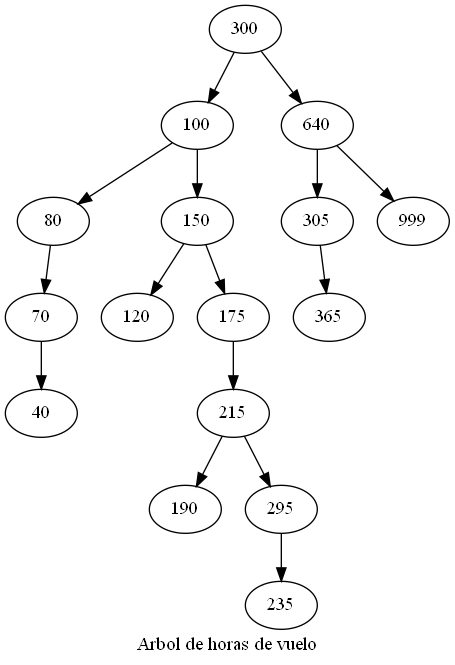
Above: imagenes/horasVuelo.png in MarvinCastellanos/201700490_EDD_Proyecto (Graphviz), before the change. Its source is kept beside it as dot/horasVuelo.dot.
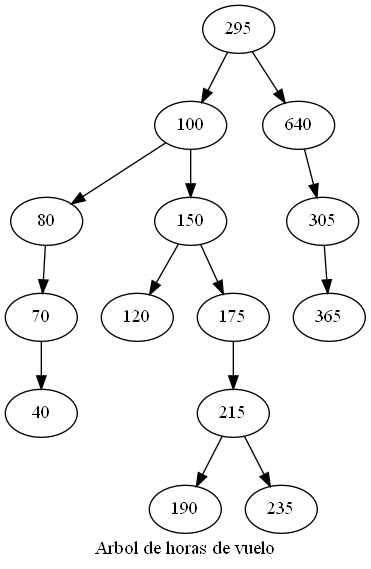
Above is the later version.

Change to the diagram source:
```diff
@@ -1,6 +1,6 @@
 digraph G {
   label="Arbol de horas de vuelo";
-    300 -> 100;
+    295 -> 100;
     100 -> 80;
     80 -> 70;
     70 -> 40;
@@ -9,10 +9,8 @@
     150 -> 175;
     175 -> 215;
     215 -> 190;
-    215 -> 295;
-    295 -> 235;
-    300 -> 640;
+    215 -> 235;
+    295 -> 640;
     640 -> 305;
     305 -> 365;
-    640 -> 999;
 }
```
